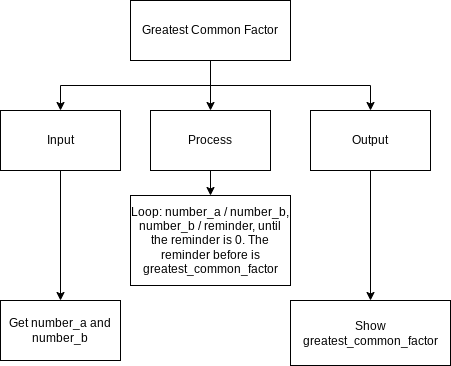
The draw.io diagram design.gcf.topdown.png in Yiyun-Qin/ICS3U-Assignment5-Python, before a commit. Source tidied: cells renumbered, new cells last; positions are measured from the earlier drawing's top-left corner, leaving out a move shared by most shapes.
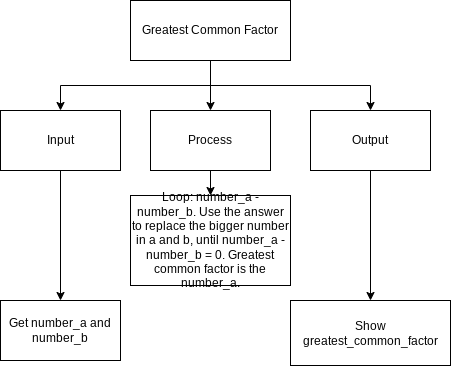
Later version of the same file.

The edit, as a diff of the source:
```diff
@@ -35,7 +35,7 @@
     <mxCell id="12" value="Get number_a and number_b" style="rounded=0;whiteSpace=wrap;html=1;" parent="1" vertex="1">
       <mxGeometry y="300" width="120" height="60" as="geometry" />
     </mxCell>
-    <mxCell id="13" value="Loop: number_a / number_b, number_b / reminder, until the reminder is 0. The reminder before is greatest_common_factor" style="rounded=0;whiteSpace=wrap;html=1;" parent="1" vertex="1">
+    <mxCell id="13" value="Loop: number_a - number_b. Use the answer to replace the bigger number in a and b, until number_a - number_b = 0. Greatest common factor is the number_a." style="rounded=0;whiteSpace=wrap;html=1;" parent="1" vertex="1">
       <mxGeometry x="130" y="195" width="160" height="90" as="geometry" />
     </mxCell>
     <mxCell id="14" value="Show greatest_common_factor" style="rounded=0;whiteSpace=wrap;html=1;" parent="1" vertex="1">
```
